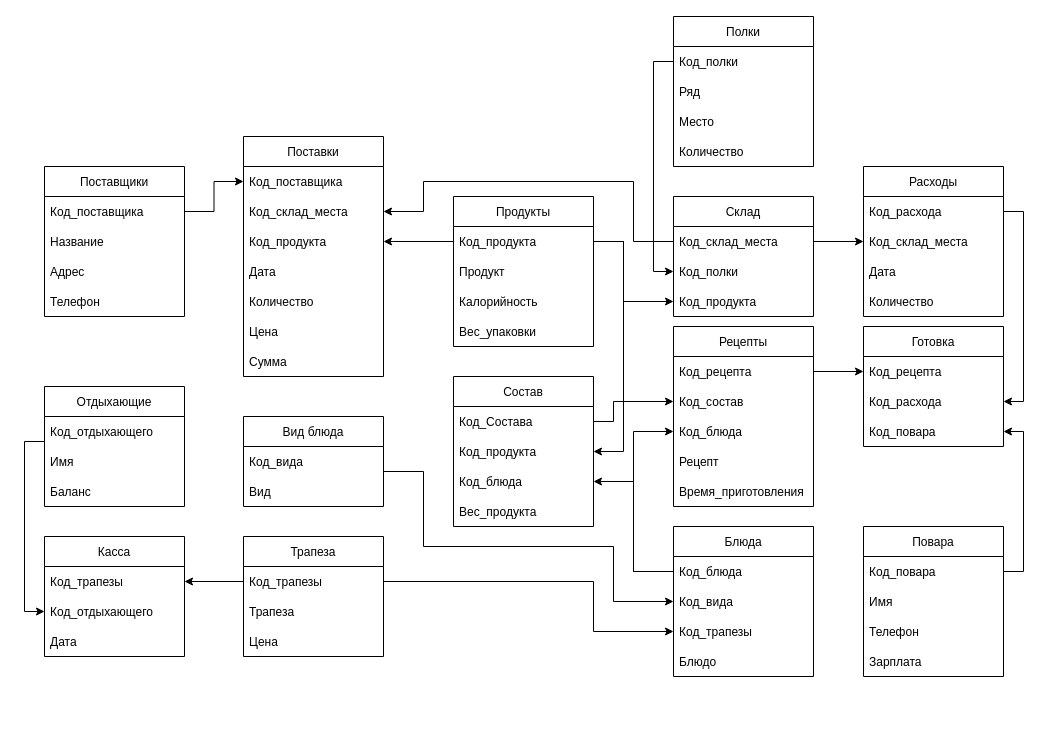
Before: Untitled Diagram.drawio in lari5685/transfer, a draw.io diagram. Source tidied: cells renumbered, new cells numbered last; positions are measured from the earlier drawing's top-left corner, leaving out a move shared by most shapes. Both pictures are drawn from the tidied source at 100%, with x=0, y=0 at pixel (24, 16).
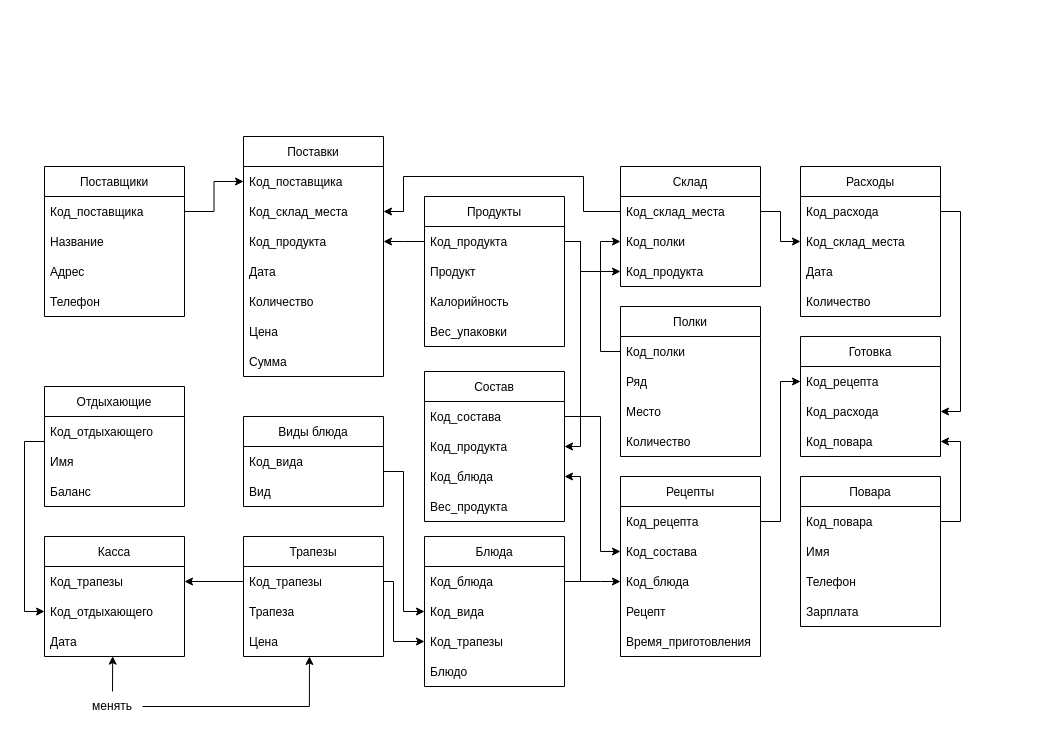
The same diagram, later.

The change refers to these unchanged cells:
```xml
<mxCell id="3" value="Код_склад_места" style="text;strokeColor=none;fillColor=none;align=left;verticalAlign=middle;spacingLeft=4;spacingRight=4;overflow=hidden;points=[[0,0.5],[1,0.5]];portConstraint=eastwest;" parent="2" vertex="1">
  <mxGeometry y="30" width="140" height="30" as="geometry" />
</mxCell>
<mxCell id="4" value="Код_полки    " style="text;strokeColor=none;fillColor=none;align=left;verticalAlign=middle;spacingLeft=4;spacingRight=4;overflow=hidden;points=[[0,0.5],[1,0.5]];portConstraint=eastwest;" parent="2" vertex="1">
  <mxGeometry y="60" width="140" height="30" as="geometry" />
</mxCell>
<mxCell id="5" value="Код_продукта" style="text;strokeColor=none;fillColor=none;align=left;verticalAlign=middle;spacingLeft=4;spacingRight=4;overflow=hidden;points=[[0,0.5],[1,0.5]];portConstraint=eastwest;" parent="2" vertex="1">
  <mxGeometry y="90" width="140" height="30" as="geometry" />
</mxCell>
<mxCell id="13" value="Код_склад_места" style="text;strokeColor=none;fillColor=none;align=left;verticalAlign=middle;spacingLeft=4;spacingRight=4;overflow=hidden;points=[[0,0.5],[1,0.5]];portConstraint=eastwest;" parent="11" vertex="1">
  <mxGeometry y="60" width="140" height="30" as="geometry" />
</mxCell>
<mxCell id="14" value="Код_продукта" style="text;strokeColor=none;fillColor=none;align=left;verticalAlign=middle;spacingLeft=4;spacingRight=4;overflow=hidden;points=[[0,0.5],[1,0.5]];portConstraint=eastwest;" parent="11" vertex="1">
  <mxGeometry y="90" width="140" height="30" as="geometry" />
</mxCell>
<mxCell id="20" value="Код_продукта" style="text;strokeColor=none;fillColor=none;align=left;verticalAlign=middle;spacingLeft=4;spacingRight=4;overflow=hidden;points=[[0,0.5],[1,0.5]];portConstraint=eastwest;" parent="19" vertex="1">
  <mxGeometry y="30" width="140" height="30" as="geometry" />
</mxCell>
<mxCell id="25" value="Код_блюда" style="text;strokeColor=none;fillColor=none;align=left;verticalAlign=middle;spacingLeft=4;spacingRight=4;overflow=hidden;points=[[0,0.5],[1,0.5]];portConstraint=eastwest;" parent="24" vertex="1">
  <mxGeometry y="30" width="140" height="30" as="geometry" />
</mxCell>
<mxCell id="26" value="Код_вида" style="text;strokeColor=none;fillColor=none;align=left;verticalAlign=middle;spacingLeft=4;spacingRight=4;overflow=hidden;points=[[0,0.5],[1,0.5]];portConstraint=eastwest;" parent="24" vertex="1">
  <mxGeometry y="60" width="140" height="30" as="geometry" />
</mxCell>
<mxCell id="27" value="Код_трапезы" style="text;strokeColor=none;fillColor=none;align=left;verticalAlign=middle;spacingLeft=4;spacingRight=4;overflow=hidden;points=[[0,0.5],[1,0.5]];portConstraint=eastwest;" parent="24" vertex="1">
  <mxGeometry y="90" width="140" height="30" as="geometry" />
</mxCell>
<mxCell id="34" value="Код_рецепта" style="text;strokeColor=none;fillColor=none;align=left;verticalAlign=middle;spacingLeft=4;spacingRight=4;overflow=hidden;points=[[0,0.5],[1,0.5]];portConstraint=eastwest;" parent="33" vertex="1">
  <mxGeometry y="30" width="140" height="30" as="geometry" />
</mxCell>
<mxCell id="36" value="Код_блюда" style="text;strokeColor=none;fillColor=none;align=left;verticalAlign=middle;spacingLeft=4;spacingRight=4;overflow=hidden;points=[[0,0.5],[1,0.5]];portConstraint=eastwest;" parent="33" vertex="1">
  <mxGeometry y="90" width="140" height="30" as="geometry" />
</mxCell>
<mxCell id="40" value="Код_вида" style="text;strokeColor=none;fillColor=none;align=left;verticalAlign=middle;spacingLeft=4;spacingRight=4;overflow=hidden;points=[[0,0.5],[1,0.5]];portConstraint=eastwest;" parent="39" vertex="1">
  <mxGeometry y="30" width="140" height="30" as="geometry" />
</mxCell>
<mxCell id="43" value="Код_трапезы" style="text;strokeColor=none;fillColor=none;align=left;verticalAlign=middle;spacingLeft=4;spacingRight=4;overflow=hidden;points=[[0,0.5],[1,0.5]];portConstraint=eastwest;" parent="42" vertex="1">
  <mxGeometry y="30" width="140" height="30" as="geometry" />
</mxCell>
<mxCell id="45" value="Цена" style="text;strokeColor=none;fillColor=none;align=left;verticalAlign=middle;spacingLeft=4;spacingRight=4;overflow=hidden;points=[[0,0.5],[1,0.5]];portConstraint=eastwest;" parent="42" vertex="1">
  <mxGeometry y="90" width="140" height="30" as="geometry" />
</mxCell>
<mxCell id="51" value="Код_продукта" style="text;strokeColor=none;fillColor=none;align=left;verticalAlign=middle;spacingLeft=4;spacingRight=4;overflow=hidden;points=[[0,0.5],[1,0.5]];portConstraint=eastwest;" parent="49" vertex="1">
  <mxGeometry y="60" width="140" height="30" as="geometry" />
</mxCell>
<mxCell id="52" value="Код_блюда" style="text;strokeColor=none;fillColor=none;align=left;verticalAlign=middle;spacingLeft=4;spacingRight=4;overflow=hidden;points=[[0,0.5],[1,0.5]];portConstraint=eastwest;" parent="49" vertex="1">
  <mxGeometry y="90" width="140" height="30" as="geometry" />
</mxCell>
<mxCell id="61" value="Дата" style="text;strokeColor=none;fillColor=none;align=left;verticalAlign=middle;spacingLeft=4;spacingRight=4;overflow=hidden;points=[[0,0.5],[1,0.5]];portConstraint=eastwest;" parent="58" vertex="1">
  <mxGeometry y="90" width="140" height="30" as="geometry" />
</mxCell>
<mxCell id="67" value="Код_полки    " style="text;strokeColor=none;fillColor=none;align=left;verticalAlign=middle;spacingLeft=4;spacingRight=4;overflow=hidden;points=[[0,0.5],[1,0.5]];portConstraint=eastwest;" parent="66" vertex="1">
  <mxGeometry y="30" width="140" height="30" as="geometry" />
</mxCell>
<mxCell id="72" value="Код_рецепта" style="text;strokeColor=none;fillColor=none;align=left;verticalAlign=middle;spacingLeft=4;spacingRight=4;overflow=hidden;points=[[0,0.5],[1,0.5]];portConstraint=eastwest;" parent="71" vertex="1">
  <mxGeometry y="30" width="140" height="30" as="geometry" />
</mxCell>
<mxCell id="84" value="Код_склад_места" style="text;strokeColor=none;fillColor=none;align=left;verticalAlign=middle;spacingLeft=4;spacingRight=4;overflow=hidden;points=[[0,0.5],[1,0.5]];portConstraint=eastwest;" parent="82" vertex="1">
  <mxGeometry y="60" width="140" height="30" as="geometry" />
</mxCell>
```

Change to the diagram source:
```diff
@@
     <mxCell id="2" value="Склад" style="swimlane;fontStyle=0;horizontal=1;startSize=30;" parent="1" vertex="1">
-      <mxGeometry x="649" y="180" width="140" height="120" as="geometry" />
+      <mxGeometry x="596" y="150" width="140" height="120" as="geometry" />
     </mxCell>
@@
     <mxCell id="19" value="Продукты" style="swimlane;fontStyle=0;horizontal=1;startSize=30;" parent="1" vertex="1">
-      <mxGeometry x="429" y="180" width="140" height="150" as="geometry" />
+      <mxGeometry x="400" y="180" width="140" height="150" as="geometry" />
     </mxCell>
@@
     <mxCell id="24" value="Блюда" style="swimlane;fontStyle=0;horizontal=1;startSize=30;" parent="1" vertex="1">
-      <mxGeometry x="649" y="510" width="140" height="150" as="geometry" />
+      <mxGeometry x="400" y="520" width="140" height="150" as="geometry" />
     </mxCell>
@@
     <mxCell id="33" value="Рецепты" style="swimlane;fontStyle=0;horizontal=1;startSize=30;" parent="1" vertex="1">
-      <mxGeometry x="649" y="310" width="140" height="180" as="geometry" />
+      <mxGeometry x="596" y="460" width="140" height="180" as="geometry" />
     </mxCell>
@@
-    <mxCell id="35" value="Код_состав" style="text;strokeColor=none;fillColor=none;align=left;verticalAlign=middle;spacingLeft=4;spacingRight=4;overflow=hidden;points=[[0,0.5],[1,0.5]];portConstraint=eastwest;" parent="33" vertex="1">
+    <mxCell id="35" value="Код_состава" style="text;strokeColor=none;fillColor=none;align=left;verticalAlign=middle;spacingLeft=4;spacingRight=4;overflow=hidden;points=[[0,0.5],[1,0.5]];portConstraint=eastwest;" parent="33" vertex="1">
       <mxGeometry y="60" width="140" height="30" as="geometry" />
     </mxCell>
@@
-    <mxCell id="39" value="Вид блюда" style="swimlane;fontStyle=0;horizontal=1;startSize=30;" parent="1" vertex="1">
+    <mxCell id="39" value="Виды блюда" style="swimlane;fontStyle=0;horizontal=1;startSize=30;" parent="1" vertex="1">
       <mxGeometry x="219" y="400" width="140" height="90" as="geometry" />
     </mxCell>
@@
-    <mxCell id="42" value="Трапеза" style="swimlane;fontStyle=0;horizontal=1;startSize=30;" parent="1" vertex="1">
+    <mxCell id="42" value="Трапезы" style="swimlane;fontStyle=0;horizontal=1;startSize=30;" parent="1" vertex="1">
       <mxGeometry x="219" y="520" width="140" height="120" as="geometry" />
     </mxCell>
@@
     <mxCell id="47" style="edgeStyle=orthogonalEdgeStyle;rounded=0;jettySize=auto;html=1;exitX=0;exitY=0.5;exitDx=0;exitDy=0;entryX=1;entryY=0.5;entryDx=0;entryDy=0;" parent="1" edge="1" source="20" target="14">
       <mxGeometry relative="1" as="geometry">
         <Array as="points">
-          <mxPoint x="369" y="225" />
-          <mxPoint x="369" y="225" />
+          <mxPoint x="379" y="225" />
+          <mxPoint x="379" y="225" />
         </Array>
       </mxGeometry>
     </mxCell>
     <mxCell id="48" style="edgeStyle=orthogonalEdgeStyle;rounded=0;jettySize=auto;html=1;exitX=1;exitY=0.5;exitDx=0;exitDy=0;entryX=0;entryY=0.5;entryDx=0;entryDy=0;" parent="1" edge="1" source="20" target="5">
       <mxGeometry relative="1" as="geometry">
         <Array as="points">
-          <mxPoint x="599" y="225" />
-          <mxPoint x="599" y="285" />
+          <mxPoint x="556" y="225" />
+          <mxPoint x="556" y="255" />
         </Array>
       </mxGeometry>
     </mxCell>
     <mxCell id="49" value="Состав" style="swimlane;fontStyle=0;horizontal=1;startSize=30;" parent="1" vertex="1">
-      <mxGeometry x="429" y="360" width="140" height="150" as="geometry" />
+      <mxGeometry x="400" y="355" width="140" height="150" as="geometry" />
     </mxCell>
-    <mxCell id="50" value="Код_Состава" style="text;strokeColor=none;fillColor=none;align=left;verticalAlign=middle;spacingLeft=4;spacingRight=4;overflow=hidden;points=[[0,0.5],[1,0.5]];portConstraint=eastwest;" parent="49" vertex="1">
+    <mxCell id="50" value="Код_состава" style="text;strokeColor=none;fillColor=none;align=left;verticalAlign=middle;spacingLeft=4;spacingRight=4;overflow=hidden;points=[[0,0.5],[1,0.5]];portConstraint=eastwest;" parent="49" vertex="1">
       <mxGeometry y="30" width="140" height="30" as="geometry" />
     </mxCell>
@@
-    <mxCell id="54" style="edgeStyle=orthogonalEdgeStyle;rounded=0;jettySize=auto;html=1;exitX=0;exitY=0.5;exitDx=0;exitDy=0;entryX=1;entryY=0.5;entryDx=0;entryDy=0;" parent="1" edge="1" source="25" target="52">
+    <mxCell id="54" style="edgeStyle=orthogonalEdgeStyle;rounded=0;jettySize=auto;html=1;exitX=1;exitY=0.5;exitDx=0;exitDy=0;entryX=1;entryY=0.5;entryDx=0;entryDy=0;" parent="1" edge="1" source="25" target="52">
       <mxGeometry relative="1" as="geometry">
         <Array as="points">
-          <mxPoint x="609" y="555" />
-          <mxPoint x="609" y="465" />
+          <mxPoint x="556" y="565" />
+          <mxPoint x="556" y="460" />
         </Array>
       </mxGeometry>
     </mxCell>
-    <mxCell id="55" style="edgeStyle=orthogonalEdgeStyle;rounded=0;jettySize=auto;html=1;exitX=0;exitY=0.5;exitDx=0;exitDy=0;entryX=0;entryY=0.5;entryDx=0;entryDy=0;" parent="1" edge="1" source="25" target="36">
+    <mxCell id="55" style="edgeStyle=orthogonalEdgeStyle;rounded=0;jettySize=auto;html=1;exitX=1;exitY=0.5;exitDx=0;exitDy=0;entryX=0;entryY=0.5;entryDx=0;entryDy=0;" parent="1" edge="1" source="25" target="36">
       <mxGeometry relative="1" as="geometry">
         <Array as="points">
-          <mxPoint x="609" y="555" />
-          <mxPoint x="609" y="415" />
+          <mxPoint x="576" y="565" />
+          <mxPoint x="576" y="565" />
         </Array>
       </mxGeometry>
     </mxCell>
     <mxCell id="56" style="edgeStyle=orthogonalEdgeStyle;rounded=0;jettySize=auto;html=1;exitX=1;exitY=0.5;exitDx=0;exitDy=0;entryX=0;entryY=0.5;entryDx=0;entryDy=0;" parent="1" edge="1" source="40" target="26">
       <mxGeometry relative="1" as="geometry">
         <Array as="points">
-          <mxPoint x="399" y="455" />
-          <mxPoint x="399" y="530" />
-          <mxPoint x="589" y="530" />
-          <mxPoint x="589" y="585" />
+          <mxPoint x="359" y="455" />
+          <mxPoint x="379" y="455" />
+          <mxPoint x="379" y="595" />
         </Array>
       </mxGeometry>
     </mxCell>
     <mxCell id="57" style="edgeStyle=orthogonalEdgeStyle;rounded=0;jettySize=auto;html=1;exitX=1;exitY=0.5;exitDx=0;exitDy=0;entryX=1;entryY=0.5;entryDx=0;entryDy=0;" parent="1" edge="1" source="20" target="51">
       <mxGeometry relative="1" as="geometry">
         <Array as="points">
-          <mxPoint x="599" y="225" />
-          <mxPoint x="599" y="435" />
+          <mxPoint x="556" y="225" />
+          <mxPoint x="556" y="430" />
         </Array>
       </mxGeometry>
     </mxCell>
@@
     <mxCell id="62" style="edgeStyle=orthogonalEdgeStyle;rounded=0;jettySize=auto;html=1;exitX=1;exitY=0.5;exitDx=0;exitDy=0;entryX=0;entryY=0.5;entryDx=0;entryDy=0;" parent="1" edge="1" source="43" target="27">
       <mxGeometry relative="1" as="geometry">
         <Array as="points">
-          <mxPoint x="569" y="565" />
-          <mxPoint x="569" y="615" />
+          <mxPoint x="369" y="565" />
+          <mxPoint x="369" y="625" />
         </Array>
       </mxGeometry>
     </mxCell>
@@
     <mxCell id="65" style="edgeStyle=orthogonalEdgeStyle;rounded=0;jettySize=auto;html=1;exitX=1;exitY=0.5;exitDx=0;exitDy=0;entryX=0;entryY=0.5;entryDx=0;entryDy=0;" parent="1" edge="1" source="50" target="35">
       <mxGeometry relative="1" as="geometry">
         <Array as="points">
-          <mxPoint x="589" y="405" />
-          <mxPoint x="589" y="385" />
+          <mxPoint x="576" y="400" />
+          <mxPoint x="576" y="535" />
         </Array>
       </mxGeometry>
     </mxCell>
     <mxCell id="66" value="Полки" style="swimlane;fontStyle=0;horizontal=1;startSize=30;" parent="1" vertex="1">
-      <mxGeometry x="649" width="140" height="150" as="geometry" />
+      <mxGeometry x="596" y="290" width="140" height="150" as="geometry" />
     </mxCell>
@@
     <mxCell id="71" value="Готовка" style="swimlane;fontStyle=0;horizontal=1;startSize=30;" parent="1" vertex="1">
-      <mxGeometry x="839" y="310" width="140" height="120" as="geometry" />
+      <mxGeometry x="776" y="320" width="140" height="120" as="geometry" />
     </mxCell>
@@
     <mxCell id="75" value="Повара" style="swimlane;fontStyle=0;horizontal=1;startSize=30;" parent="1" vertex="1">
-      <mxGeometry x="839" y="510" width="140" height="150" as="geometry" />
+      <mxGeometry x="776" y="460" width="140" height="150" as="geometry" />
     </mxCell>
@@
     <mxCell id="81" style="edgeStyle=orthogonalEdgeStyle;rounded=0;jettySize=auto;html=1;exitX=1;exitY=0.5;exitDx=0;exitDy=0;entryX=0;entryY=0.5;entryDx=0;entryDy=0;" parent="1" edge="1" source="34" target="72">
-      <mxGeometry relative="1" as="geometry" />
+      <mxGeometry relative="1" as="geometry">
+        <Array as="points">
+          <mxPoint x="756" y="505" />
+          <mxPoint x="756" y="365" />
+        </Array>
+      </mxGeometry>
     </mxCell>
     <mxCell id="82" value="Расходы" style="swimlane;fontStyle=0;horizontal=1;startSize=30;" parent="1" vertex="1">
-      <mxGeometry x="839" y="150" width="140" height="150" as="geometry" />
+      <mxGeometry x="776" y="150" width="140" height="150" as="geometry" />
     </mxCell>
@@
     <mxCell id="87" style="edgeStyle=orthogonalEdgeStyle;rounded=0;jettySize=auto;html=1;exitX=1;exitY=0.5;exitDx=0;exitDy=0;entryX=0;entryY=0.5;entryDx=0;entryDy=0;" parent="1" edge="1" source="3" target="84">
-      <mxGeometry relative="1" as="geometry" />
+      <mxGeometry relative="1" as="geometry">
+        <Array as="points">
+          <mxPoint x="756" y="195" />
+          <mxPoint x="756" y="225" />
+        </Array>
+      </mxGeometry>
     </mxCell>
@@
     <mxCell id="89" style="edgeStyle=orthogonalEdgeStyle;rounded=0;jettySize=auto;html=1;exitX=0;exitY=0.5;exitDx=0;exitDy=0;entryX=1;entryY=0.5;entryDx=0;entryDy=0;" parent="1" edge="1" source="3" target="13">
       <mxGeometry relative="1" as="geometry">
         <Array as="points">
-          <mxPoint x="609" y="225" />
-          <mxPoint x="609" y="165" />
-          <mxPoint x="399" y="165" />
-          <mxPoint x="399" y="195" />
+          <mxPoint x="559" y="195" />
+          <mxPoint x="559" y="160" />
+          <mxPoint x="379" y="160" />
+          <mxPoint x="379" y="195" />
         </Array>
       </mxGeometry>
     </mxCell>
     <mxCell id="90" style="edgeStyle=orthogonalEdgeStyle;rounded=0;jettySize=auto;html=1;exitX=0;exitY=0.5;exitDx=0;exitDy=0;entryX=0;entryY=0.5;entryDx=0;entryDy=0;" parent="1" edge="1" source="67" target="4">
-      <mxGeometry relative="1" as="geometry" />
+      <mxGeometry relative="1" as="geometry">
+        <Array as="points">
+          <mxPoint x="576" y="335" />
+          <mxPoint x="576" y="225" />
+        </Array>
+      </mxGeometry>
     </mxCell>
+    <mxCell id="91" style="edgeStyle=orthogonalEdgeStyle;rounded=0;jettySize=auto;html=1;exitX=0.5;exitY=0;exitDx=0;exitDy=0;entryX=0.487;entryY=0.989;entryDx=0;entryDy=0;entryPerimeter=0;" parent="1" edge="1" source="93" target="61">
+      <mxGeometry relative="1" as="geometry" />
+    </mxCell>
+    <mxCell id="92" style="edgeStyle=orthogonalEdgeStyle;rounded=0;jettySize=auto;html=1;exitX=1;exitY=0.5;exitDx=0;exitDy=0;entryX=0.471;entryY=1;entryDx=0;entryDy=0;entryPerimeter=0;" parent="1" edge="1" source="93" target="45">
+      <mxGeometry relative="1" as="geometry" />
+    </mxCell>
+    <mxCell id="93" value="менять" style="text;html=1;strokeColor=none;fillColor=none;align=center;verticalAlign=middle;whiteSpace=wrap;rounded=0;" parent="1" vertex="1">
+      <mxGeometry x="58" y="675" width="60" height="30" as="geometry" />
+    </mxCell>
```
